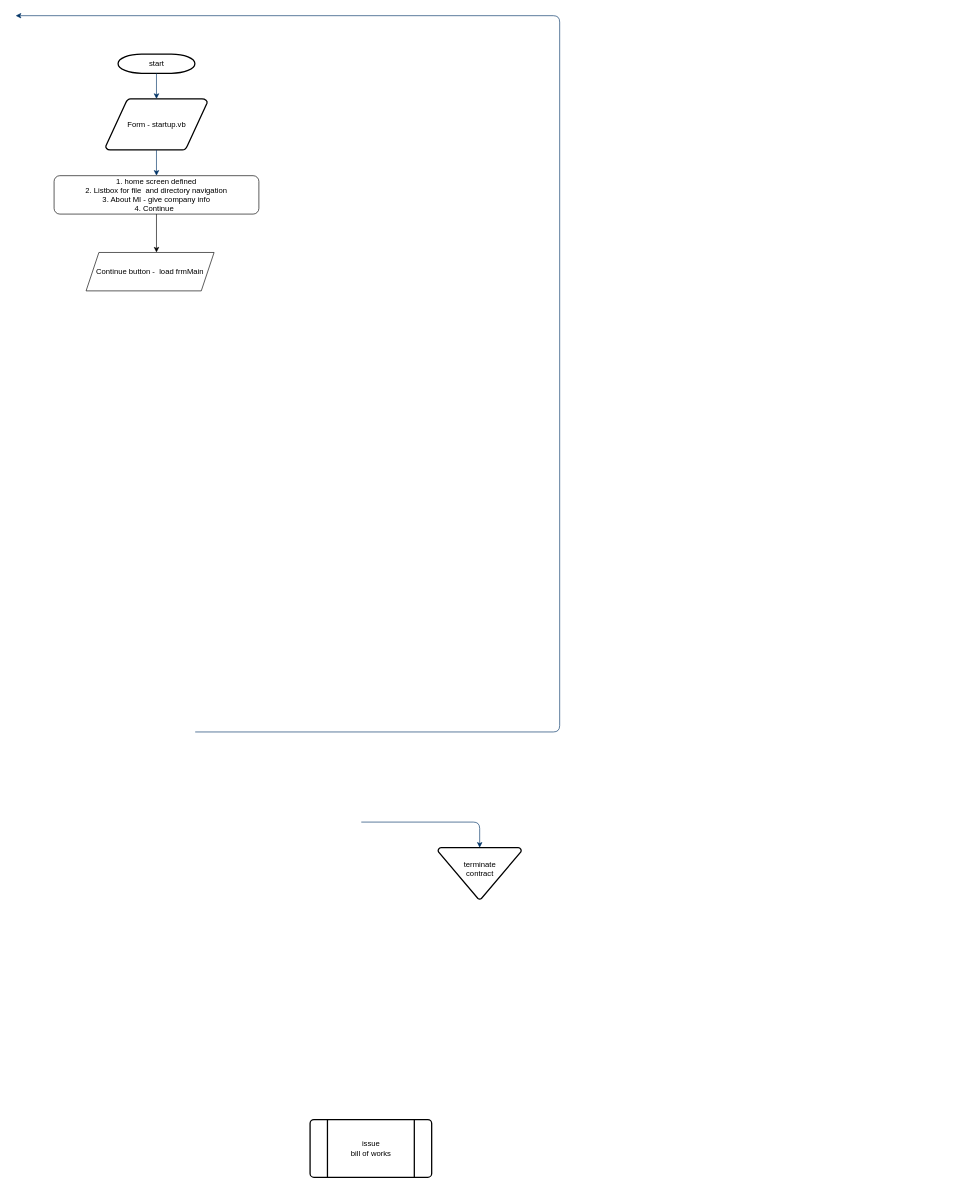
The draw.io diagram Untitled Diagram.drawio in noelvsleon/Clock_app, before the edit. Source tidied: cells renumbered, new cells numbered last; positions are measured from the earlier drawing's top-left corner, leaving out a move shared by most shapes. Both pictures are drawn from the tidied source at 64%, with x=0, y=0 at pixel (15, 15).
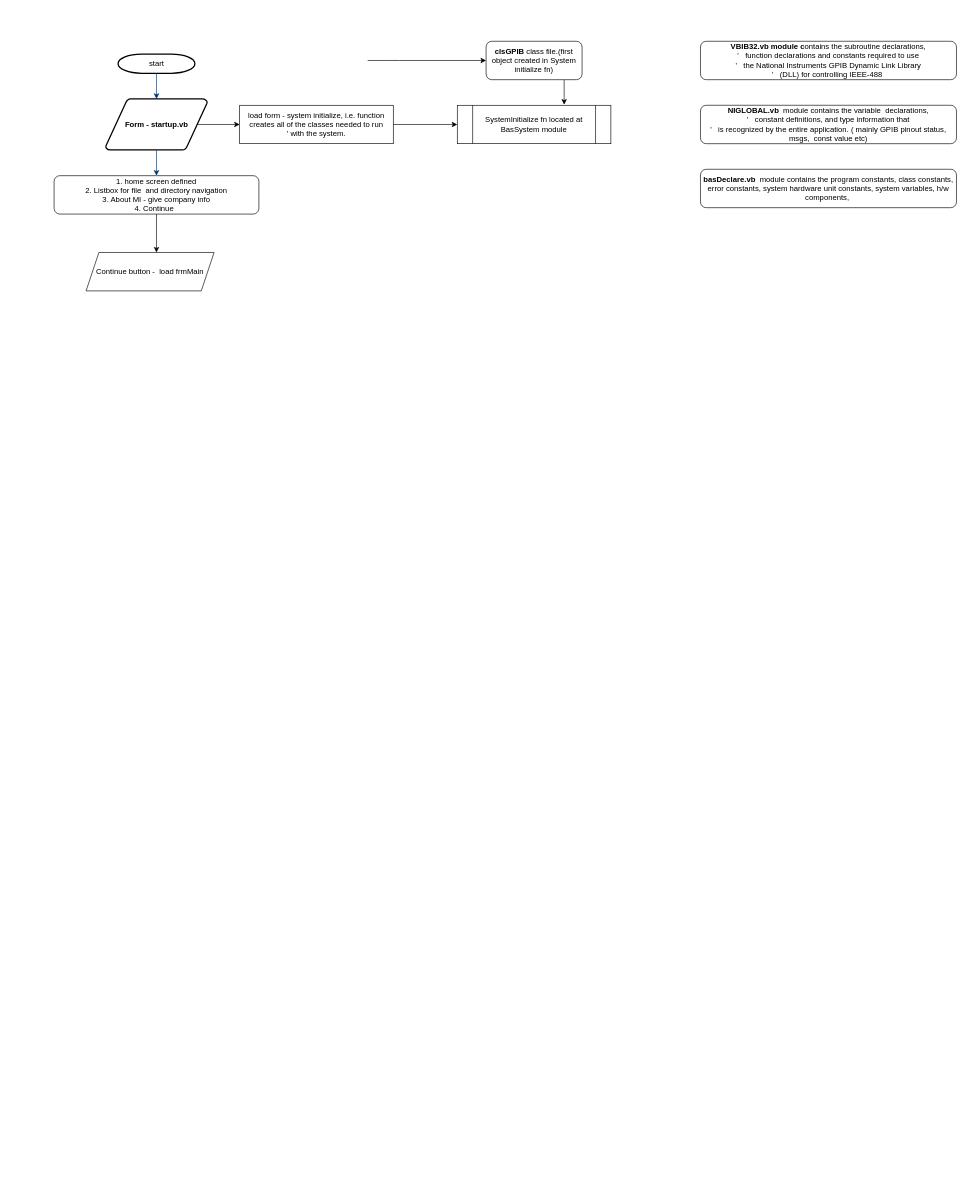
Above is the later version.

Change to the diagram source:
```diff
@@
-    <mxCell id="3" value="Form - startup.vb" style="shape=mxgraph.flowchart.data;strokeWidth=2;gradientColor=none;gradientDirection=north;fontStyle=0;html=1;" parent="1" vertex="1">
+    <mxCell id="3" value="&lt;b&gt;Form - startup.vb&lt;/b&gt;" style="shape=mxgraph.flowchart.data;strokeWidth=2;gradientColor=none;gradientDirection=north;fontStyle=0;html=1;" parent="1" vertex="1">
       <mxGeometry x="140.5" y="130" width="159" height="80" as="geometry" />
     </mxCell>
@@
-    <mxCell id="6" value="terminate&#10;contract&#10;" style="shape=mxgraph.flowchart.merge_or_storage;strokeWidth=2;gradientColor=none;gradientDirection=north;fontStyle=0;html=1;" parent="1" vertex="1">
-      <mxGeometry x="660" y="1300" width="130" height="80.5" as="geometry" />
-    </mxCell>
-    <mxCell id="7" style="edgeStyle=elbowEdgeStyle;elbow=vertical;exitX=1;exitY=0.5;exitPerimeter=0;entryX=0.5;entryY=0;entryPerimeter=0;fontStyle=1;strokeColor=#003366;strokeWidth=1;html=1;" parent="1" edge="1" target="6">
-      <mxGeometry as="geometry">
-        <mxPoint x="540" y="1260" as="sourcePoint" />
-        <Array as="points">
-          <mxPoint x="640" y="1260" />
-        </Array>
-      </mxGeometry>
-    </mxCell>
-    <mxCell id="8" value="issue&#10;bill of works" style="shape=mxgraph.flowchart.predefined_process;strokeWidth=2;gradientColor=none;gradientDirection=north;fontStyle=0;html=1;" parent="1" vertex="1">
-      <mxGeometry x="460" y="1725" width="190" height="90" as="geometry" />
-    </mxCell>
-    <mxCell id="9" style="edgeStyle=elbowEdgeStyle;elbow=horizontal;exitX=1;exitY=0.5;exitPerimeter=0;entryX=0.905;entryY=0.5;entryPerimeter=0;fontStyle=1;strokeColor=#003366;strokeWidth=1;html=1;" parent="1" edge="1">
-      <mxGeometry as="geometry">
-        <mxPoint x="280.5" y="1119.2" as="sourcePoint" />
-        <mxPoint as="targetPoint" />
-        <Array as="points">
-          <mxPoint x="850" y="1320" />
-        </Array>
-      </mxGeometry>
-    </mxCell>
@@
+    <mxCell id="13" style="endArrow=classic;html=1;exitX=0.905;exitY=0.5;exitDx=0;exitDy=0;exitPerimeter=0;" parent="1" edge="1" source="3" target="14">
+      <mxGeometry relative="1" as="geometry" />
+    </mxCell>
+    <mxCell id="14" value="load form - system initialize, i.e.&amp;nbsp;&lt;span&gt;function creates all of the classes needed to run&lt;/span&gt;&lt;div&gt;' with the system.&lt;/div&gt;" style="rounded=0;whiteSpace=wrap;html=1;" parent="1" vertex="1">
+      <mxGeometry x="350" y="140" width="240" height="60" as="geometry" />
+    </mxCell>
+    <mxCell id="15" style="endArrow=classic;html=1;exitX=1;exitY=0.5;exitDx=0;exitDy=0;" parent="1" edge="1" source="14">
+      <mxGeometry relative="1" as="geometry">
+        <mxPoint x="690" y="170" as="targetPoint" />
+      </mxGeometry>
+    </mxCell>
+    <mxCell id="16" value="SystemInitialize fn located at BasSystem module" style="shape=process;whiteSpace=wrap;html=1;backgroundOutline=1;" parent="1" vertex="1">
+      <mxGeometry x="690" y="140" width="240" height="60" as="geometry" />
+    </mxCell>
+    <mxCell id="17" style="endArrow=classic;html=1;exitX=0.813;exitY=1;exitDx=0;exitDy=0;exitPerimeter=0;" parent="1" edge="1" source="18">
+      <mxGeometry relative="1" as="geometry">
+        <mxPoint x="857" y="139" as="targetPoint" />
+        <Array as="points">
+          <mxPoint x="857" y="120" />
+        </Array>
+      </mxGeometry>
+    </mxCell>
+    <mxCell id="18" value="&lt;b&gt;clsGPIB&lt;/b&gt; class file.(first object created in System initialize fn)" style="rounded=1;whiteSpace=wrap;html=1;" parent="1" vertex="1">
+      <mxGeometry x="735" y="40" width="150" height="60" as="geometry" />
+    </mxCell>
+    <mxCell id="19" style="endArrow=classic;html=1;entryX=0;entryY=0.5;entryDx=0;entryDy=0;" parent="1" edge="1" target="18">
+      <mxGeometry relative="1" as="geometry">
+        <mxPoint x="550" y="70" as="sourcePoint" />
+        <Array as="points">
+          <mxPoint x="590" y="70" />
+        </Array>
+      </mxGeometry>
+    </mxCell>
+    <mxCell id="20" value="&lt;b&gt;VBIB32.vb module c&lt;/b&gt;&lt;span&gt;ontains the subroutine declarations,&lt;/span&gt;&lt;div&gt;'&amp;nbsp; &amp;nbsp;function declarations and constants required to use&lt;/div&gt;&lt;div&gt;'&amp;nbsp; &amp;nbsp;the National Instruments GPIB Dynamic Link Library&lt;/div&gt;&lt;div&gt;'&amp;nbsp; &amp;nbsp;(DLL) for controlling IEEE-488&amp;nbsp;&lt;/div&gt;" style="rounded=1;whiteSpace=wrap;html=1;" parent="1" vertex="1">
+      <mxGeometry x="1070" y="40" width="400" height="60" as="geometry" />
+    </mxCell>
+    <mxCell id="21" value="&lt;b&gt;NIGLOBAL.vb&amp;nbsp;&lt;/b&gt;&amp;nbsp;module&amp;nbsp;&lt;span&gt;contains the variable&amp;nbsp; declarations,&lt;/span&gt;&lt;div&gt;'&amp;nbsp; &amp;nbsp;constant definitions, and type information that&lt;/div&gt;&lt;div&gt;'&amp;nbsp; &amp;nbsp;is recognized by the entire application. ( mainly GPIB pinout status, msgs,&amp;nbsp; const value etc)&lt;/div&gt;" style="rounded=1;whiteSpace=wrap;html=1;" parent="1" vertex="1">
+      <mxGeometry x="1070" y="140" width="400" height="60" as="geometry" />
+    </mxCell>
+    <mxCell id="22" value="&lt;b&gt;basDeclare.vb&amp;nbsp;&lt;/b&gt;&amp;nbsp;module&amp;nbsp;&lt;span&gt;contains the program constants, class constants, error constants, system hardware unit constants, system variables, h/w components,&amp;nbsp;&lt;/span&gt;" style="rounded=1;whiteSpace=wrap;html=1;" parent="1" vertex="1">
+      <mxGeometry x="1070" y="240" width="400" height="60" as="geometry" />
+    </mxCell>
```
